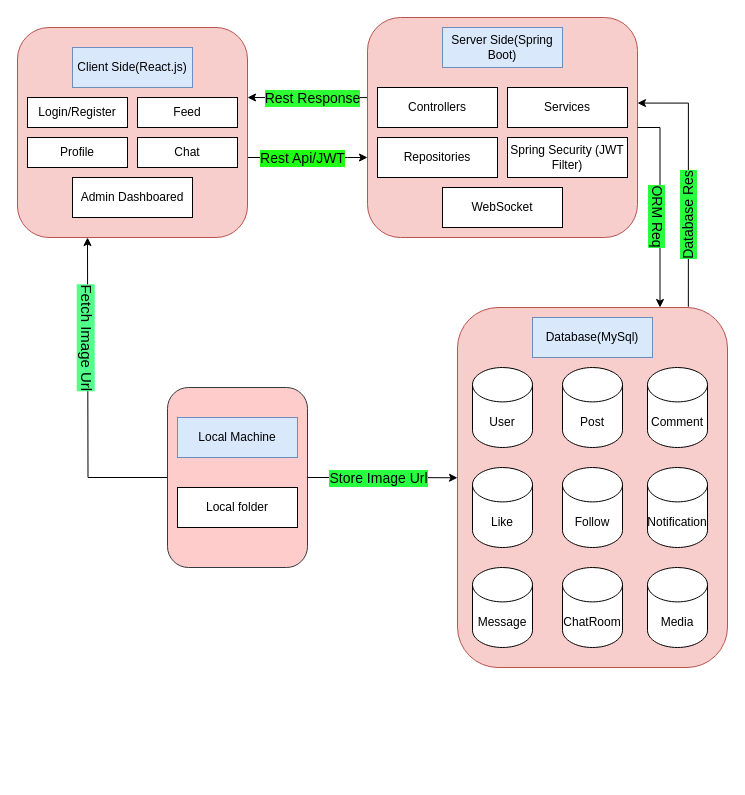
The draw.io diagram Architecture.drawio in abubakar8866/Connectify, before the edit. Source tidied: cells renumbered, new cells numbered last; positions are measured from the earlier drawing's top-left corner, leaving out a move shared by most shapes. Both pictures are drawn from the tidied source at 100%, with x=0, y=0 at pixel (17, 17).
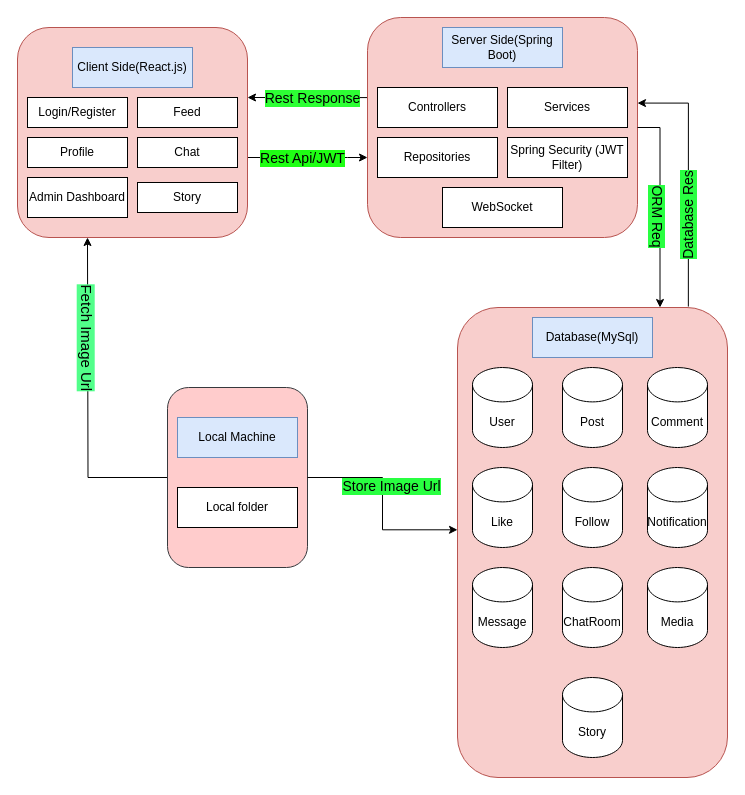
The same diagram, later.

The edit, as a diff of the source:
```diff
@@
-    <mxCell id="12" value="Admin Dashboared" style="rounded=0;whiteSpace=wrap;html=1;" parent="1" vertex="1">
-      <mxGeometry x="55" y="160" width="120" height="40" as="geometry" />
+    <mxCell id="12" value="Admin Dashboard" style="rounded=0;whiteSpace=wrap;html=1;" parent="1" vertex="1">
+      <mxGeometry x="10" y="160" width="100" height="40" as="geometry" />
     </mxCell>
@@
     <mxCell id="20" value="&lt;br&gt;&lt;div&gt;&lt;br&gt;&lt;/div&gt;" style="rounded=1;whiteSpace=wrap;html=1;fillColor=#f8cecc;strokeColor=#b85450;" parent="1" vertex="1">
-      <mxGeometry x="440" y="290" width="270" height="360" as="geometry" />
+      <mxGeometry x="440" y="290" width="270" height="470" as="geometry" />
     </mxCell>
@@
+    <mxCell id="42" value="Story" style="rounded=0;whiteSpace=wrap;html=1;" parent="1" vertex="1">
+      <mxGeometry x="120" y="165" width="100" height="30" as="geometry" />
+    </mxCell>
+    <mxCell id="43" value="Story" style="shape=cylinder3;whiteSpace=wrap;html=1;boundedLbl=1;backgroundOutline=1;size=17.20001220703125;" parent="1" vertex="1">
+      <mxGeometry x="545" y="660" width="60" height="80" as="geometry" />
+    </mxCell>
```
